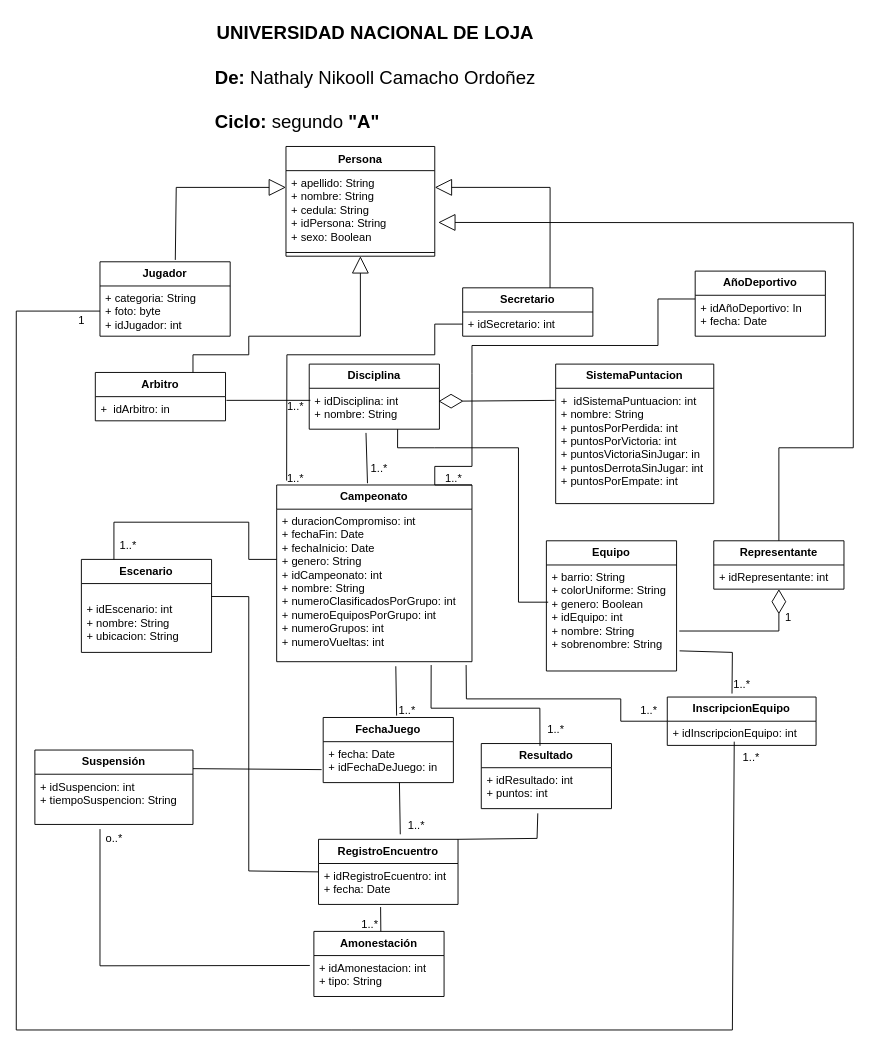
The draw.io diagram Deportes_POO.drawio in Nikooll/Deportes_POO, before the edit. Source tidied: cells renumbered, new cells numbered last; positions are measured from the earlier drawing's top-left corner, leaving out a move shared by most shapes. Both pictures are drawn from the tidied source at 93%, with x=0, y=0 at pixel (16, 16).
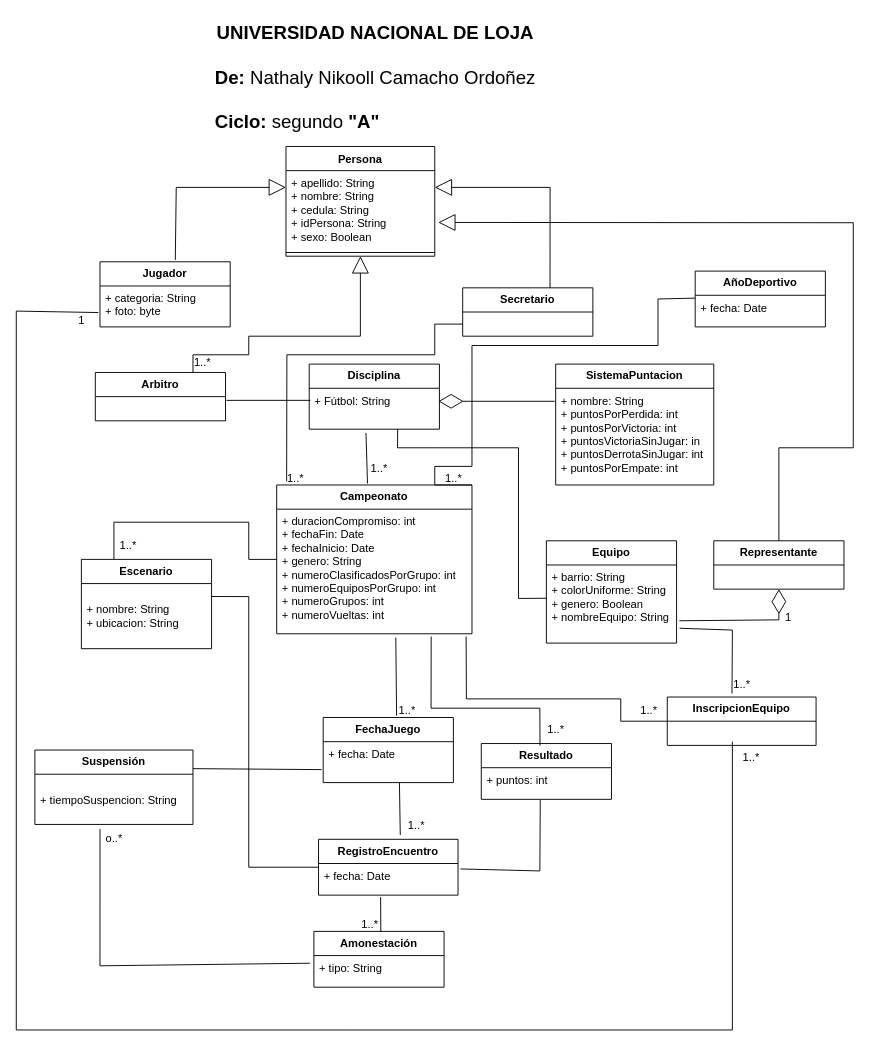
The same page after the edit.

The change refers to these unchanged cells:
```xml
<mxCell id="6" value="&lt;b&gt;Arbitro&lt;/b&gt;" style="swimlane;fontStyle=0;horizontal=1;startSize=26;fillColor=none;whiteSpace=wrap;html=1;" parent="1" vertex="1">
  <mxGeometry x="85" y="383" width="140" height="52" as="geometry" />
</mxCell>
<mxCell id="10" value="&lt;b&gt;Secretario&lt;/b&gt;" style="swimlane;fontStyle=0;horizontal=1;startSize=26;fillColor=none;whiteSpace=wrap;html=1;" parent="1" vertex="1">
  <mxGeometry x="480" y="292" width="140" height="52" as="geometry" />
</mxCell>
<mxCell id="13" value="&lt;b&gt;Disciplina&lt;/b&gt;" style="swimlane;fontStyle=0;horizontal=1;startSize=26;fillColor=none;whiteSpace=wrap;html=1;" parent="1" vertex="1">
  <mxGeometry x="315" y="374" width="140" height="70" as="geometry" />
</mxCell>
<mxCell id="24" value="&lt;b&gt;Representante&lt;/b&gt;" style="swimlane;fontStyle=0;horizontal=1;startSize=26;fillColor=none;whiteSpace=wrap;html=1;" parent="1" vertex="1">
  <mxGeometry x="750" y="564" width="140" height="52" as="geometry" />
</mxCell>
<mxCell id="27" value="&lt;b&gt;FechaJuego&lt;/b&gt;" style="swimlane;fontStyle=0;horizontal=1;startSize=26;fillColor=none;whiteSpace=wrap;html=1;" parent="1" vertex="1">
  <mxGeometry x="330" y="754" width="140" height="70" as="geometry" />
</mxCell>
<mxCell id="35" value="&lt;b&gt;InscripcionEquipo&lt;/b&gt;" style="swimlane;fontStyle=0;horizontal=1;startSize=26;fillColor=none;whiteSpace=wrap;html=1;" parent="1" vertex="1">
  <mxGeometry x="700" y="732" width="160" height="52" as="geometry" />
</mxCell>
<mxCell id="56" value="&lt;b&gt;Suspensión&lt;/b&gt;" style="swimlane;fontStyle=0;horizontal=1;startSize=26;fillColor=none;whiteSpace=wrap;html=1;" parent="1" vertex="1">
  <mxGeometry x="20" y="789" width="170" height="80" as="geometry" />
</mxCell>
```

What changed in the source:
```diff
@@
-    <mxCell id="7" value="+&amp;nbsp; idArbitro: in" style="text;strokeColor=none;fillColor=none;align=left;verticalAlign=top;spacingLeft=4;spacingRight=4;overflow=hidden;whiteSpace=wrap;html=1;" parent="6" vertex="1">
-      <mxGeometry y="26" width="140" height="26" as="geometry" />
-    </mxCell>
     <mxCell id="8" value="&lt;b&gt;Jugador&lt;/b&gt;" style="swimlane;fontStyle=0;horizontal=1;startSize=26;fillColor=none;whiteSpace=wrap;html=1;" parent="1" vertex="1">
-      <mxGeometry x="90" y="264" width="140" height="80" as="geometry" />
+      <mxGeometry x="90" y="264" width="140" height="70" as="geometry" />
     </mxCell>
-    <mxCell id="9" value="+ categoria: String&lt;br&gt;+ foto: byte&lt;br&gt;+ idJugador: int" style="text;strokeColor=none;fillColor=none;align=left;verticalAlign=top;spacingLeft=4;spacingRight=4;overflow=hidden;points=[[0,0.5],[1,0.5]];portConstraint=eastwest;whiteSpace=wrap;html=1;" parent="8" vertex="1">
-      <mxGeometry y="26" width="140" height="54" as="geometry" />
+    <mxCell id="9" value="+ categoria: String&lt;br&gt;+ foto: byte" style="text;strokeColor=none;fillColor=none;align=left;verticalAlign=top;spacingLeft=4;spacingRight=4;overflow=hidden;points=[[0,0.5],[1,0.5]];portConstraint=eastwest;whiteSpace=wrap;html=1;" parent="8" vertex="1">
+      <mxGeometry y="26" width="140" height="44" as="geometry" />
     </mxCell>
@@
-    <mxCell id="11" value="+ idSecretario: int" style="text;strokeColor=none;fillColor=none;align=left;verticalAlign=top;spacingLeft=4;spacingRight=4;overflow=hidden;points=[[0,0.5],[1,0.5]];portConstraint=eastwest;whiteSpace=wrap;html=1;" parent="10" vertex="1">
-      <mxGeometry y="26" width="140" height="26" as="geometry" />
-    </mxCell>
@@
-    <mxCell id="14" value="+ idDisciplina: int&lt;br&gt;&lt;div&gt;+ nombre: String&lt;/div&gt;" style="text;strokeColor=none;fillColor=none;align=left;verticalAlign=top;spacingLeft=4;spacingRight=4;overflow=hidden;points=[[0,0.5],[1,0.5]];portConstraint=eastwest;whiteSpace=wrap;html=1;" parent="13" vertex="1">
+    <mxCell id="14" value="&lt;div&gt;+ Fútbol: String&lt;/div&gt;" style="text;strokeColor=none;fillColor=none;align=left;verticalAlign=top;spacingLeft=4;spacingRight=4;overflow=hidden;points=[[0,0.5],[1,0.5]];portConstraint=eastwest;whiteSpace=wrap;html=1;" parent="13" vertex="1">
       <mxGeometry y="26" width="140" height="44" as="geometry" />
     </mxCell>
     <mxCell id="15" value="&lt;b&gt;SistemaPuntacion&lt;/b&gt;" style="swimlane;fontStyle=0;horizontal=1;startSize=26;fillColor=none;whiteSpace=wrap;html=1;" parent="1" vertex="1">
-      <mxGeometry x="580" y="374" width="170" height="150" as="geometry" />
+      <mxGeometry x="580" y="374" width="170" height="130" as="geometry" />
     </mxCell>
-    <mxCell id="16" value="+&amp;nbsp; idSistemaPuntuacion: int&lt;br&gt;+ nombre: String&lt;br&gt;+ puntosPorPerdida: int&lt;br&gt;+ puntosPorVictoria: int&lt;br&gt;&lt;div&gt;+ puntosVictoriaSinJugar: in&lt;/div&gt;&lt;div&gt;+ puntosDerrotaSinJugar: int&lt;br&gt;+ puntosPorEmpate: int&lt;/div&gt;" style="text;strokeColor=none;fillColor=none;align=left;verticalAlign=top;spacingLeft=4;spacingRight=4;overflow=hidden;points=[[0,0.5],[1,0.5]];portConstraint=eastwest;whiteSpace=wrap;html=1;" parent="15" vertex="1">
-      <mxGeometry y="26" width="170" height="124" as="geometry" />
+    <mxCell id="16" value="+ nombre: String&lt;br&gt;+ puntosPorPerdida: int&lt;br&gt;+ puntosPorVictoria: int&lt;br&gt;&lt;div&gt;+ puntosVictoriaSinJugar: in&lt;/div&gt;&lt;div&gt;+ puntosDerrotaSinJugar: int&lt;br&gt;+ puntosPorEmpate: int&lt;/div&gt;" style="text;strokeColor=none;fillColor=none;align=left;verticalAlign=top;spacingLeft=4;spacingRight=4;overflow=hidden;points=[[0,0.5],[1,0.5]];portConstraint=eastwest;whiteSpace=wrap;html=1;" parent="15" vertex="1">
+      <mxGeometry y="26" width="170" height="104" as="geometry" />
     </mxCell>
-    <mxCell id="17" style="endArrow=diamondThin;endFill=0;endSize=24;html=1;rounded=0;exitX=-0.006;exitY=0.105;exitDx=0;exitDy=0;exitPerimeter=0;entryX=0.993;entryY=0.318;entryDx=0;entryDy=0;entryPerimeter=0;" parent="1" edge="1" source="16" target="14">
-      <mxGeometry relative="1" as="geometry" />
+    <mxCell id="17" style="endArrow=diamondThin;endFill=0;endSize=24;html=1;rounded=0;entryX=0.993;entryY=0.318;entryDx=0;entryDy=0;entryPerimeter=0;" parent="1" edge="1" target="14">
+      <mxGeometry relative="1" as="geometry">
+        <mxPoint x="579" y="414" as="sourcePoint" />
+      </mxGeometry>
     </mxCell>
@@
     <mxCell id="19" value="&lt;b&gt;Campeonato &lt;/b&gt;" style="swimlane;fontStyle=0;horizontal=1;startSize=26;fillColor=none;whiteSpace=wrap;html=1;" parent="1" vertex="1">
-      <mxGeometry x="280" y="504" width="210" height="190" as="geometry" />
+      <mxGeometry x="280" y="504" width="210" height="160" as="geometry" />
     </mxCell>
-    <mxCell id="20" value="+ duracionCompromiso: int&lt;br&gt;+ fechaFin: Date&lt;br&gt;+ fechaInicio: Date&lt;br&gt;+ genero: String&lt;br&gt;+ idCampeonato: int&lt;br&gt;+ nombre: String&lt;br&gt;+ numeroClasificadosPorGrupo: int&lt;br&gt;+ numeroEquiposPorGrupo: int&lt;br&gt;+ numeroGrupos: int&lt;br&gt;&lt;div&gt;+ numeroVueltas: int&lt;/div&gt;" style="text;strokeColor=none;fillColor=none;align=left;verticalAlign=top;spacingLeft=4;spacingRight=4;overflow=hidden;points=[[0,0.5],[1,0.5]];portConstraint=eastwest;whiteSpace=wrap;html=1;" parent="19" vertex="1">
-      <mxGeometry y="26" width="210" height="164" as="geometry" />
+    <mxCell id="20" value="+ duracionCompromiso: int&lt;br&gt;+ fechaFin: Date&lt;br&gt;+ fechaInicio: Date&lt;br&gt;+ genero: String&lt;br&gt;+ numeroClasificadosPorGrupo: int&lt;br&gt;+ numeroEquiposPorGrupo: int&lt;br&gt;+ numeroGrupos: int&lt;br&gt;&lt;div&gt;+ numeroVueltas: int&lt;/div&gt;" style="text;strokeColor=none;fillColor=none;align=left;verticalAlign=top;spacingLeft=4;spacingRight=4;overflow=hidden;points=[[0,0.5],[1,0.5]];portConstraint=eastwest;whiteSpace=wrap;html=1;" parent="19" vertex="1">
+      <mxGeometry y="26" width="210" height="134" as="geometry" />
     </mxCell>
     <mxCell id="21" value="&lt;b&gt;Equipo&lt;/b&gt;" style="swimlane;fontStyle=0;horizontal=1;startSize=26;fillColor=none;whiteSpace=wrap;html=1;" parent="1" vertex="1">
-      <mxGeometry x="570" y="564" width="140" height="140" as="geometry" />
+      <mxGeometry x="570" y="564" width="140" height="110" as="geometry" />
     </mxCell>
-    <mxCell id="22" value="+ barrio: String&lt;br&gt;+ colorUniforme: String&lt;br&gt;+ genero: Boolean&lt;br&gt;+ idEquipo: int&lt;br&gt;+ nombre: String&lt;br&gt;+ sobrenombre: String" style="text;strokeColor=none;fillColor=none;align=left;verticalAlign=top;spacingLeft=4;spacingRight=4;overflow=hidden;points=[[0,0.5],[1,0.5]];portConstraint=eastwest;whiteSpace=wrap;html=1;" parent="21" vertex="1">
-      <mxGeometry y="26" width="140" height="114" as="geometry" />
+    <mxCell id="22" value="+ barrio: String&lt;br&gt;+ colorUniforme: String&lt;br&gt;+ genero: Boolean&lt;br&gt;+ nombreEquipo: String&lt;div&gt;&lt;br/&gt;&lt;/div&gt;" style="text;strokeColor=none;fillColor=none;align=left;verticalAlign=top;spacingLeft=4;spacingRight=4;overflow=hidden;points=[[0,0.5],[1,0.5]];portConstraint=eastwest;whiteSpace=wrap;html=1;" parent="21" vertex="1">
+      <mxGeometry y="26" width="140" height="84" as="geometry" />
     </mxCell>
-    <mxCell id="23" style="endArrow=none;html=1;rounded=0;exitX=0.014;exitY=0.351;exitDx=0;exitDy=0;exitPerimeter=0;entryX=0.679;entryY=1;entryDx=0;entryDy=0;entryPerimeter=0;" parent="1" edge="1" source="22" target="14">
+    <mxCell id="23" style="endArrow=none;html=1;rounded=0;exitX=0;exitY=0.426;exitDx=0;exitDy=0;entryX=0.679;entryY=1;entryDx=0;entryDy=0;entryPerimeter=0;exitPerimeter=0;" parent="1" edge="1" source="22" target="14">
       <mxGeometry relative="1" as="geometry">
         <Array as="points">
-          <mxPoint x="540" y="630" />
+          <mxPoint x="540" y="626" />
           <mxPoint x="540" y="464" />
           <mxPoint x="450" y="464" />
           <mxPoint x="410" y="464" />
         </Array>
       </mxGeometry>
     </mxCell>
@@
-    <mxCell id="25" value="+ idRepresentante: int" style="text;strokeColor=none;fillColor=none;align=left;verticalAlign=top;spacingLeft=4;spacingRight=4;overflow=hidden;whiteSpace=wrap;html=1;" parent="24" vertex="1">
-      <mxGeometry y="26" width="140" height="26" as="geometry" />
-    </mxCell>
-    <mxCell id="26" style="endArrow=diamondThin;endFill=0;endSize=24;html=1;rounded=0;exitX=1.021;exitY=0.623;exitDx=0;exitDy=0;exitPerimeter=0;entryX=0.5;entryY=1;entryDx=0;entryDy=0;" parent="1" edge="1" source="22" target="24">
+    <mxCell id="26" style="endArrow=diamondThin;endFill=0;endSize=24;html=1;rounded=0;entryX=0.5;entryY=1;entryDx=0;entryDy=0;" parent="1" edge="1" target="24">
       <mxGeometry relative="1" as="geometry">
+        <mxPoint x="713" y="650" as="sourcePoint" />
         <Array as="points">
-          <mxPoint x="820" y="661" />
+          <mxPoint x="820" y="649" />
         </Array>
       </mxGeometry>
     </mxCell>
@@
-    <mxCell id="28" value="+ fecha: Date&lt;b&gt;&lt;br&gt;&lt;/b&gt;+ idFechaDeJuego: in" style="text;strokeColor=none;fillColor=none;align=left;verticalAlign=top;spacingLeft=4;spacingRight=4;overflow=hidden;points=[[0,0.5],[1,0.5]];portConstraint=eastwest;whiteSpace=wrap;html=1;" parent="27" vertex="1">
+    <mxCell id="28" value="+ fecha: Date" style="text;strokeColor=none;fillColor=none;align=left;verticalAlign=top;spacingLeft=4;spacingRight=4;overflow=hidden;points=[[0,0.5],[1,0.5]];portConstraint=eastwest;whiteSpace=wrap;html=1;" parent="27" vertex="1">
       <mxGeometry y="26" width="140" height="44" as="geometry" />
     </mxCell>
@@
     <mxCell id="31" value="&lt;b&gt;Resultado&lt;/b&gt;" style="swimlane;fontStyle=0;horizontal=1;startSize=26;fillColor=none;whiteSpace=wrap;html=1;" parent="1" vertex="1">
-      <mxGeometry x="500" y="782" width="140" height="70" as="geometry" />
+      <mxGeometry x="500" y="782" width="140" height="60" as="geometry" />
     </mxCell>
-    <mxCell id="32" value="&lt;div&gt;+ idResultado: int&lt;/div&gt;&lt;div&gt;+ puntos: int&lt;/div&gt;" style="text;strokeColor=none;fillColor=none;align=left;verticalAlign=top;spacingLeft=4;spacingRight=4;overflow=hidden;points=[[0,0.5],[1,0.5]];portConstraint=eastwest;whiteSpace=wrap;html=1;" parent="31" vertex="1">
-      <mxGeometry y="26" width="140" height="44" as="geometry" />
+    <mxCell id="32" value="&lt;div&gt;+ puntos: int&lt;/div&gt;" style="text;strokeColor=none;fillColor=none;align=left;verticalAlign=top;spacingLeft=4;spacingRight=4;overflow=hidden;points=[[0,0.5],[1,0.5]];portConstraint=eastwest;whiteSpace=wrap;html=1;" parent="31" vertex="1">
+      <mxGeometry y="26" width="140" height="34" as="geometry" />
     </mxCell>
@@
-    <mxCell id="36" value="+ idInscripcionEquipo: int" style="text;strokeColor=none;fillColor=none;align=left;verticalAlign=top;spacingLeft=4;spacingRight=4;overflow=hidden;whiteSpace=wrap;html=1;" parent="35" vertex="1">
-      <mxGeometry y="26" width="160" height="26" as="geometry" />
-    </mxCell>
@@
     <mxCell id="39" style="endArrow=none;html=1;rounded=0;exitX=0.435;exitY=-0.072;exitDx=0;exitDy=0;exitPerimeter=0;entryX=1.023;entryY=0.81;entryDx=0;entryDy=0;entryPerimeter=0;" parent="1" edge="1" source="35" target="22">
       <mxGeometry relative="1" as="geometry">
         <Array as="points">
-          <mxPoint x="770" y="684" />
+          <mxPoint x="770" y="660" />
         </Array>
       </mxGeometry>
     </mxCell>
@@
     <mxCell id="43" value="&lt;b&gt;RegistroEncuentro&lt;/b&gt;" style="swimlane;fontStyle=0;horizontal=1;startSize=26;fillColor=none;whiteSpace=wrap;html=1;" parent="1" vertex="1">
-      <mxGeometry x="325" y="885" width="150" height="70" as="geometry" />
+      <mxGeometry x="325" y="885" width="150" height="60" as="geometry" />
     </mxCell>
-    <mxCell id="44" value="+ idRegistroEcuentro: int&lt;br&gt;+ fecha: Date " style="text;strokeColor=none;fillColor=none;align=left;verticalAlign=top;spacingLeft=4;spacingRight=4;overflow=hidden;points=[[0,0.5],[1,0.5]];portConstraint=eastwest;whiteSpace=wrap;html=1;" parent="43" vertex="1">
-      <mxGeometry y="26" width="150" height="44" as="geometry" />
+    <mxCell id="44" value="+ fecha: Date " style="text;strokeColor=none;fillColor=none;align=left;verticalAlign=top;spacingLeft=4;spacingRight=4;overflow=hidden;points=[[0,0.5],[1,0.5]];portConstraint=eastwest;whiteSpace=wrap;html=1;" parent="43" vertex="1">
+      <mxGeometry y="26" width="150" height="34" as="geometry" />
     </mxCell>
@@
     <mxCell id="47" value="&lt;b&gt;Escenario&lt;/b&gt;" style="swimlane;fontStyle=0;horizontal=1;startSize=26;fillColor=none;whiteSpace=wrap;html=1;" parent="1" vertex="1">
-      <mxGeometry x="70" y="584" width="140" height="100" as="geometry" />
+      <mxGeometry x="70" y="584" width="140" height="96" as="geometry" />
     </mxCell>
-    <mxCell id="48" value="&lt;br&gt;+ idEscenario: int&lt;br&gt;+ nombre: String&lt;br&gt;+ ubicacion: String" style="text;strokeColor=none;fillColor=none;align=left;verticalAlign=top;spacingLeft=4;spacingRight=4;overflow=hidden;whiteSpace=wrap;html=1;" parent="47" vertex="1">
-      <mxGeometry y="26" width="140" height="74" as="geometry" />
+    <mxCell id="48" value="&lt;br&gt;+ nombre: String&lt;br&gt;+ ubicacion: String" style="text;strokeColor=none;fillColor=none;align=left;verticalAlign=top;spacingLeft=4;spacingRight=4;overflow=hidden;whiteSpace=wrap;html=1;" parent="47" vertex="1">
+      <mxGeometry y="26" width="140" height="70" as="geometry" />
     </mxCell>
@@
     <mxCell id="51" style="endArrow=none;html=1;rounded=0;exitX=1.023;exitY=0.215;exitDx=0;exitDy=0;exitPerimeter=0;entryX=0;entryY=0.5;entryDx=0;entryDy=0;" parent="1" edge="1" target="43">
       <mxGeometry relative="1" as="geometry">
         <mxPoint x="210" y="623.9" as="sourcePoint" />
         <Array as="points">
           <mxPoint x="250" y="624" />
-          <mxPoint x="250" y="919" />
+          <mxPoint x="250" y="915" />
         </Array>
       </mxGeometry>
     </mxCell>
     <mxCell id="52" value="&lt;b&gt;Amonestación&lt;/b&gt;" style="swimlane;fontStyle=0;horizontal=1;startSize=26;fillColor=none;whiteSpace=wrap;html=1;" parent="1" vertex="1">
-      <mxGeometry x="320" y="984" width="140" height="70" as="geometry" />
+      <mxGeometry x="320" y="984" width="140" height="60" as="geometry" />
     </mxCell>
-    <mxCell id="53" value="+ idAmonestacion: int&lt;br&gt;+ tipo: String" style="text;strokeColor=none;fillColor=none;align=left;verticalAlign=top;spacingLeft=4;spacingRight=4;overflow=hidden;points=[[0,0.5],[1,0.5]];portConstraint=eastwest;whiteSpace=wrap;html=1;" parent="52" vertex="1">
-      <mxGeometry y="26" width="140" height="44" as="geometry" />
+    <mxCell id="53" value="+ tipo: String" style="text;strokeColor=none;fillColor=none;align=left;verticalAlign=top;spacingLeft=4;spacingRight=4;overflow=hidden;points=[[0,0.5],[1,0.5]];portConstraint=eastwest;whiteSpace=wrap;html=1;" parent="52" vertex="1">
+      <mxGeometry y="26" width="140" height="34" as="geometry" />
     </mxCell>
@@
-    <mxCell id="57" value="+ idSuspencion: int&lt;br&gt;+ tiempoSuspencion: String" style="text;strokeColor=none;fillColor=none;align=left;verticalAlign=top;spacingLeft=4;spacingRight=4;overflow=hidden;points=[[0,0.5],[1,0.5]];portConstraint=eastwest;whiteSpace=wrap;html=1;" parent="56" vertex="1">
+    <mxCell id="57" value="&lt;br&gt;+ tiempoSuspencion: String" style="text;strokeColor=none;fillColor=none;align=left;verticalAlign=top;spacingLeft=4;spacingRight=4;overflow=hidden;points=[[0,0.5],[1,0.5]];portConstraint=eastwest;whiteSpace=wrap;html=1;" parent="56" vertex="1">
       <mxGeometry y="26" width="170" height="54" as="geometry" />
     </mxCell>
@@
     <mxCell id="61" value="&lt;b&gt;AñoDeportivo&lt;/b&gt;" style="swimlane;fontStyle=0;horizontal=1;startSize=26;fillColor=none;whiteSpace=wrap;html=1;" parent="1" vertex="1">
-      <mxGeometry x="730" y="274" width="140" height="70" as="geometry" />
+      <mxGeometry x="730" y="274" width="140" height="60" as="geometry" />
     </mxCell>
-    <mxCell id="62" value="&lt;div&gt;+ idAñoDeportivo: In&lt;/div&gt;&lt;div&gt;+ fecha: Date&lt;b&gt;&lt;br&gt;&lt;/b&gt;&lt;/div&gt;" style="text;strokeColor=none;fillColor=none;align=left;verticalAlign=top;spacingLeft=4;spacingRight=4;overflow=hidden;points=[[0,0.5],[1,0.5]];portConstraint=eastwest;whiteSpace=wrap;html=1;" parent="61" vertex="1">
-      <mxGeometry y="26" width="140" height="44" as="geometry" />
+    <mxCell id="62" value="&lt;div&gt;+ fecha: Date&lt;b&gt;&lt;br&gt;&lt;/b&gt;&lt;/div&gt;" style="text;strokeColor=none;fillColor=none;align=left;verticalAlign=top;spacingLeft=4;spacingRight=4;overflow=hidden;points=[[0,0.5],[1,0.5]];portConstraint=eastwest;whiteSpace=wrap;html=1;" parent="61" vertex="1">
+      <mxGeometry y="26" width="140" height="34" as="geometry" />
     </mxCell>
@@
-    <mxCell id="64" style="endArrow=none;html=1;rounded=0;exitX=0;exitY=0.5;exitDx=0;exitDy=0;" parent="1" edge="1" source="9">
+    <mxCell id="64" style="endArrow=none;html=1;rounded=0;exitX=-0.013;exitY=0.649;exitDx=0;exitDy=0;exitPerimeter=0;" parent="1" edge="1" source="9">
       <mxGeometry relative="1" as="geometry">
-        <mxPoint x="772" y="780" as="targetPoint" />
+        <mxPoint x="770" y="780" as="targetPoint" />
         <Array as="points">
           <mxPoint y="317" />
           <mxPoint y="690" />
           <mxPoint y="1090" />
           <mxPoint x="360" y="1090" />
           <mxPoint x="770" y="1090" />
         </Array>
       </mxGeometry>
     </mxCell>
@@
-    <mxCell id="68" value="1..*" style="text;html=1;align=center;verticalAlign=middle;strokeColor=none;fillColor=none;" parent="1" vertex="1">
-      <mxGeometry x="280" y="405" width="40" height="30" as="geometry" />
-    </mxCell>
@@
-    <mxCell id="71" style="endArrow=none;html=1;rounded=0;exitX=0;exitY=0.5;exitDx=0;exitDy=0;entryX=0.051;entryY=-0.025;entryDx=0;entryDy=0;entryPerimeter=0;" parent="1" edge="1" source="11" target="19">
+    <mxCell id="71" style="endArrow=none;html=1;rounded=0;exitX=0;exitY=0.5;exitDx=0;exitDy=0;entryX=0.051;entryY=-0.025;entryDx=0;entryDy=0;entryPerimeter=0;" parent="1" edge="1" target="19">
       <mxGeometry relative="1" as="geometry">
+        <mxPoint x="480" y="331" as="sourcePoint" />
         <Array as="points">
           <mxPoint x="450" y="331" />
           <mxPoint x="450" y="364" />
           <mxPoint x="291" y="364" />
         </Array>
       </mxGeometry>
     </mxCell>
@@
-    <mxCell id="75" style="endArrow=none;html=1;rounded=0;exitX=1;exitY=0;exitDx=0;exitDy=0;entryX=0.434;entryY=1.115;entryDx=0;entryDy=0;entryPerimeter=0;" parent="1" edge="1" source="43" target="32">
+    <mxCell id="75" style="endArrow=none;html=1;rounded=0;exitX=1.018;exitY=0.172;exitDx=0;exitDy=0;entryX=0.453;entryY=1.011;entryDx=0;entryDy=0;entryPerimeter=0;exitPerimeter=0;" parent="1" edge="1" source="44" target="32">
       <mxGeometry relative="1" as="geometry">
         <Array as="points">
-          <mxPoint x="560" y="884" />
+          <mxPoint x="563" y="919" />
         </Array>
       </mxGeometry>
     </mxCell>
+    <mxCell id="68" value="1..*" style="text;html=1;align=center;verticalAlign=middle;strokeColor=none;fillColor=none;" parent="1" vertex="1">
+      <mxGeometry x="180" y="358" width="40" height="30" as="geometry" />
+    </mxCell>
```
